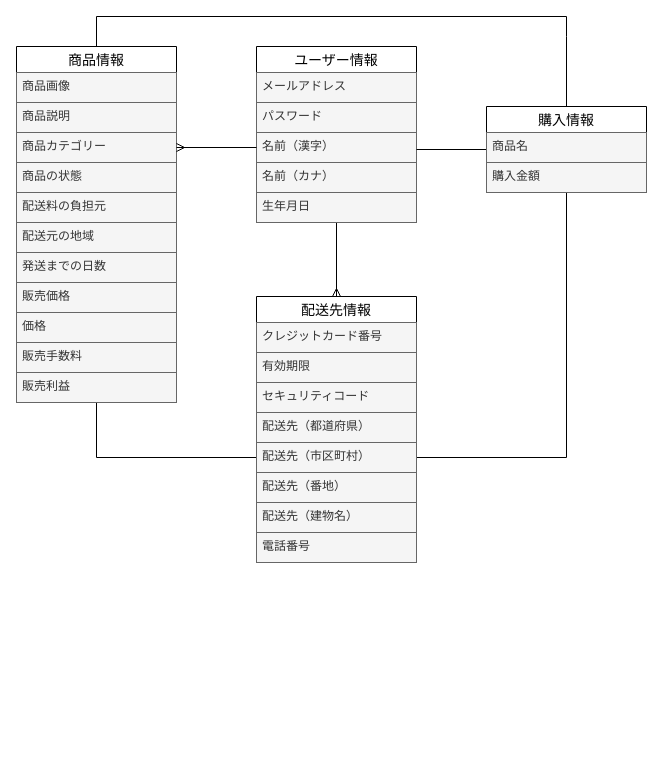
This is data.dio from umedamao925/furima40032, a draw.io file, before an edit. Source tidied: cells renumbered, new cells numbered last; positions are measured from the earlier drawing's top-left corner, leaving out a move shared by most shapes. Both pictures are drawn from the tidied source at 100%, with x=0, y=0 at pixel (16, 16).
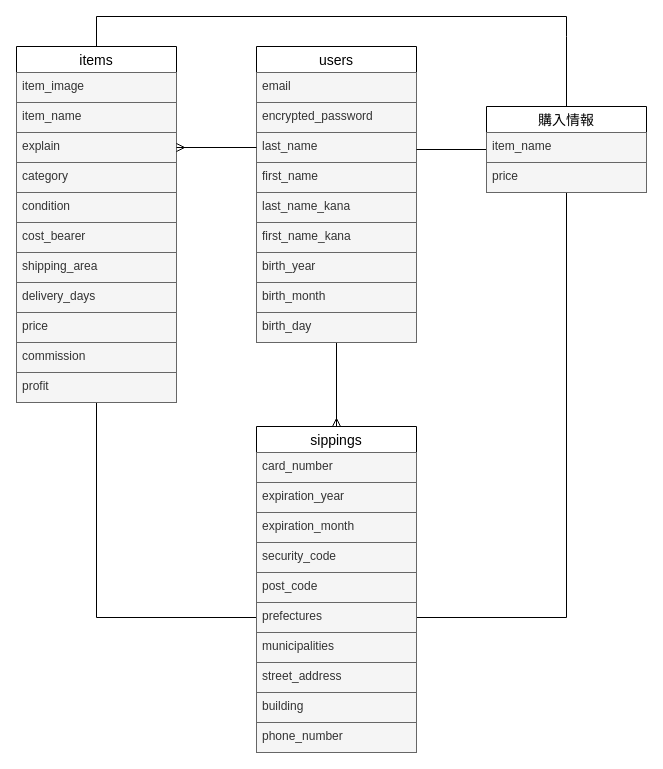
After the change.

The change refers to these unchanged cells:
```xml
<mxCell id="26" value="購入情報" style="swimlane;fontStyle=0;horizontal=1;startSize=26;align=center;fontSize=14;" parent="1" vertex="1">
  <mxGeometry x="470" y="90" width="160" height="86" as="geometry" />
</mxCell>
```

What changed in the source:
```diff
@@
-    <mxCell id="3" value="ユーザー情報" style="swimlane;fontStyle=0;horizontal=1;startSize=26;align=center;fontSize=14;" parent="1" vertex="1">
-      <mxGeometry x="240" y="30" width="160" height="176" as="geometry" />
+    <mxCell id="3" value="users" style="swimlane;fontStyle=0;horizontal=1;startSize=26;align=center;fontSize=14;" parent="1" vertex="1">
+      <mxGeometry x="240" y="30" width="160" height="296" as="geometry" />
     </mxCell>
-    <mxCell id="4" value="メールアドレス" style="text;strokeColor=#666666;fillColor=#f5f5f5;spacingLeft=4;spacingRight=4;overflow=hidden;fontSize=12;fontColor=#333333;" parent="3" vertex="1">
+    <mxCell id="4" value="email" style="text;strokeColor=#666666;fillColor=#f5f5f5;spacingLeft=4;spacingRight=4;overflow=hidden;fontSize=12;fontColor=#333333;" parent="3" vertex="1">
       <mxGeometry y="26" width="160" height="30" as="geometry" />
     </mxCell>
-    <mxCell id="5" value="パスワード" style="text;strokeColor=#666666;fillColor=#f5f5f5;spacingLeft=4;spacingRight=4;overflow=hidden;fontSize=12;fontColor=#333333;" parent="3" vertex="1">
+    <mxCell id="5" value="encrypted_password" style="text;strokeColor=#666666;fillColor=#f5f5f5;spacingLeft=4;spacingRight=4;overflow=hidden;fontSize=12;fontColor=#333333;" parent="3" vertex="1">
       <mxGeometry y="56" width="160" height="30" as="geometry" />
     </mxCell>
-    <mxCell id="6" value="名前（漢字）" style="text;strokeColor=#666666;fillColor=#f5f5f5;spacingLeft=4;spacingRight=4;overflow=hidden;points=[[0,0.5],[1,0.5]];portConstraint=eastwest;fontSize=12;fontColor=#333333;" parent="3" vertex="1">
+    <mxCell id="6" value="last_name" style="text;strokeColor=#666666;fillColor=#f5f5f5;spacingLeft=4;spacingRight=4;overflow=hidden;points=[[0,0.5],[1,0.5]];portConstraint=eastwest;fontSize=12;fontColor=#333333;" parent="3" vertex="1">
       <mxGeometry y="86" width="160" height="30" as="geometry" />
     </mxCell>
-    <mxCell id="7" value="名前（カナ）" style="text;strokeColor=#666666;fillColor=#f5f5f5;spacingLeft=4;spacingRight=4;overflow=hidden;fontSize=12;fontColor=#333333;" parent="3" vertex="1">
+    <mxCell id="7" value="first_name" style="text;strokeColor=#666666;fillColor=#f5f5f5;spacingLeft=4;spacingRight=4;overflow=hidden;fontSize=12;fontColor=#333333;" parent="3" vertex="1">
       <mxGeometry y="116" width="160" height="30" as="geometry" />
     </mxCell>
-    <mxCell id="8" value="生年月日" style="text;strokeColor=#666666;fillColor=#f5f5f5;spacingLeft=4;spacingRight=4;overflow=hidden;fontSize=12;fontColor=#333333;" parent="3" vertex="1">
+    <mxCell id="8" value="last_name_kana " style="text;strokeColor=#666666;fillColor=#f5f5f5;spacingLeft=4;spacingRight=4;overflow=hidden;fontSize=12;fontColor=#333333;" parent="3" vertex="1">
       <mxGeometry y="146" width="160" height="30" as="geometry" />
     </mxCell>
+    <mxCell id="39" value="first_name_kana" style="text;strokeColor=#666666;fillColor=#f5f5f5;spacingLeft=4;spacingRight=4;overflow=hidden;fontSize=12;fontColor=#333333;" parent="3" vertex="1">
+      <mxGeometry y="176" width="160" height="30" as="geometry" />
+    </mxCell>
+    <mxCell id="40" value="birth_year" style="text;strokeColor=#666666;fillColor=#f5f5f5;spacingLeft=4;spacingRight=4;overflow=hidden;fontSize=12;fontColor=#333333;" parent="3" vertex="1">
+      <mxGeometry y="206" width="160" height="30" as="geometry" />
+    </mxCell>
+    <mxCell id="41" value="birth_month" style="text;strokeColor=#666666;fillColor=#f5f5f5;spacingLeft=4;spacingRight=4;overflow=hidden;fontSize=12;fontColor=#333333;" parent="3" vertex="1">
+      <mxGeometry y="236" width="160" height="30" as="geometry" />
+    </mxCell>
+    <mxCell id="42" value="birth_day" style="text;strokeColor=#666666;fillColor=#f5f5f5;spacingLeft=4;spacingRight=4;overflow=hidden;fontSize=12;fontColor=#333333;" parent="3" vertex="1">
+      <mxGeometry y="266" width="160" height="30" as="geometry" />
+    </mxCell>
@@
-    <mxCell id="11" value="商品情報" style="swimlane;fontStyle=0;horizontal=1;startSize=26;align=center;fontSize=14;" parent="1" vertex="1">
+    <mxCell id="11" value="items" style="swimlane;fontStyle=0;horizontal=1;startSize=26;align=center;fontSize=14;" parent="1" vertex="1">
       <mxGeometry y="30" width="160" height="356" as="geometry" />
     </mxCell>
-    <mxCell id="12" value="商品画像" style="text;strokeColor=#666666;fillColor=#f5f5f5;spacingLeft=4;spacingRight=4;overflow=hidden;fontSize=12;fontColor=#333333;" parent="11" vertex="1">
+    <mxCell id="12" value="item_image" style="text;strokeColor=#666666;fillColor=#f5f5f5;spacingLeft=4;spacingRight=4;overflow=hidden;fontSize=12;fontColor=#333333;" parent="11" vertex="1">
       <mxGeometry y="26" width="160" height="30" as="geometry" />
     </mxCell>
-    <mxCell id="13" value="商品説明" style="text;strokeColor=#666666;fillColor=#f5f5f5;spacingLeft=4;spacingRight=4;overflow=hidden;fontSize=12;fontColor=#333333;" parent="11" vertex="1">
+    <mxCell id="13" value="item_name" style="text;strokeColor=#666666;fillColor=#f5f5f5;spacingLeft=4;spacingRight=4;overflow=hidden;fontSize=12;fontColor=#333333;" parent="11" vertex="1">
       <mxGeometry y="56" width="160" height="30" as="geometry" />
     </mxCell>
+    <mxCell id="43" value="explain" style="text;strokeColor=#666666;fillColor=#f5f5f5;spacingLeft=4;spacingRight=4;overflow=hidden;points=[[0,0.5],[1,0.5]];portConstraint=eastwest;fontSize=12;fontColor=#333333;" parent="11" vertex="1">
+      <mxGeometry y="86" width="160" height="30" as="geometry" />
+    </mxCell>
-    <mxCell id="14" value="商品カテゴリー" style="text;strokeColor=#666666;fillColor=#f5f5f5;spacingLeft=4;spacingRight=4;overflow=hidden;points=[[0,0.5],[1,0.5]];portConstraint=eastwest;fontSize=12;fontColor=#333333;" parent="11" vertex="1">
-      <mxGeometry y="86" width="160" height="30" as="geometry" />
+    <mxCell id="14" value="category" style="text;strokeColor=#666666;fillColor=#f5f5f5;spacingLeft=4;spacingRight=4;overflow=hidden;points=[[0,0.5],[1,0.5]];portConstraint=eastwest;fontSize=12;fontColor=#333333;" parent="11" vertex="1">
+      <mxGeometry y="116" width="160" height="30" as="geometry" />
     </mxCell>
-    <mxCell id="15" value="商品の状態" style="text;strokeColor=#666666;fillColor=#f5f5f5;spacingLeft=4;spacingRight=4;overflow=hidden;fontSize=12;fontColor=#333333;" parent="11" vertex="1">
-      <mxGeometry y="116" width="160" height="30" as="geometry" />
+    <mxCell id="15" value="condition" style="text;strokeColor=#666666;fillColor=#f5f5f5;spacingLeft=4;spacingRight=4;overflow=hidden;fontSize=12;fontColor=#333333;" parent="11" vertex="1">
+      <mxGeometry y="146" width="160" height="30" as="geometry" />
     </mxCell>
-    <mxCell id="16" value="配送料の負担元" style="text;strokeColor=#666666;fillColor=#f5f5f5;spacingLeft=4;spacingRight=4;overflow=hidden;fontSize=12;fontColor=#333333;" parent="11" vertex="1">
-      <mxGeometry y="146" width="160" height="30" as="geometry" />
+    <mxCell id="16" value="cost_bearer" style="text;strokeColor=#666666;fillColor=#f5f5f5;spacingLeft=4;spacingRight=4;overflow=hidden;fontSize=12;fontColor=#333333;" parent="11" vertex="1">
+      <mxGeometry y="176" width="160" height="30" as="geometry" />
     </mxCell>
-    <mxCell id="17" value="配送元の地域" style="text;strokeColor=#666666;fillColor=#f5f5f5;spacingLeft=4;spacingRight=4;overflow=hidden;fontSize=12;fontColor=#333333;" parent="11" vertex="1">
-      <mxGeometry y="176" width="160" height="30" as="geometry" />
+    <mxCell id="17" value="shipping_area" style="text;strokeColor=#666666;fillColor=#f5f5f5;spacingLeft=4;spacingRight=4;overflow=hidden;fontSize=12;fontColor=#333333;" parent="11" vertex="1">
+      <mxGeometry y="206" width="160" height="30" as="geometry" />
     </mxCell>
-    <mxCell id="18" value="発送までの日数" style="text;strokeColor=#666666;fillColor=#f5f5f5;spacingLeft=4;spacingRight=4;overflow=hidden;fontSize=12;fontColor=#333333;" parent="11" vertex="1">
-      <mxGeometry y="206" width="160" height="30" as="geometry" />
+    <mxCell id="18" value="delivery_days" style="text;strokeColor=#666666;fillColor=#f5f5f5;spacingLeft=4;spacingRight=4;overflow=hidden;fontSize=12;fontColor=#333333;" parent="11" vertex="1">
+      <mxGeometry y="236" width="160" height="30" as="geometry" />
     </mxCell>
-    <mxCell id="19" value="販売価格" style="text;strokeColor=#666666;fillColor=#f5f5f5;spacingLeft=4;spacingRight=4;overflow=hidden;fontSize=12;fontColor=#333333;" parent="11" vertex="1">
-      <mxGeometry y="236" width="160" height="30" as="geometry" />
-    </mxCell>
-    <mxCell id="20" value="価格" style="text;strokeColor=#666666;fillColor=#f5f5f5;spacingLeft=4;spacingRight=4;overflow=hidden;fontSize=12;fontColor=#333333;" parent="11" vertex="1">
+    <mxCell id="20" value="price" style="text;strokeColor=#666666;fillColor=#f5f5f5;spacingLeft=4;spacingRight=4;overflow=hidden;fontSize=12;fontColor=#333333;" parent="11" vertex="1">
       <mxGeometry y="266" width="160" height="30" as="geometry" />
     </mxCell>
-    <mxCell id="21" value="販売手数料" style="text;strokeColor=#666666;fillColor=#f5f5f5;spacingLeft=4;spacingRight=4;overflow=hidden;fontSize=12;fontColor=#333333;" parent="11" vertex="1">
+    <mxCell id="21" value="commission" style="text;strokeColor=#666666;fillColor=#f5f5f5;spacingLeft=4;spacingRight=4;overflow=hidden;fontSize=12;fontColor=#333333;" parent="11" vertex="1">
       <mxGeometry y="296" width="160" height="30" as="geometry" />
     </mxCell>
-    <mxCell id="22" value="販売利益" style="text;strokeColor=#666666;fillColor=#f5f5f5;spacingLeft=4;spacingRight=4;overflow=hidden;fontSize=12;fontColor=#333333;" parent="11" vertex="1">
+    <mxCell id="22" value="profit  " style="text;strokeColor=#666666;fillColor=#f5f5f5;spacingLeft=4;spacingRight=4;overflow=hidden;fontSize=12;fontColor=#333333;" parent="11" vertex="1">
       <mxGeometry y="326" width="160" height="30" as="geometry" />
     </mxCell>
@@
-    <mxCell id="27" value="商品名" style="text;strokeColor=#666666;fillColor=#f5f5f5;spacingLeft=4;spacingRight=4;overflow=hidden;fontSize=12;fontColor=#333333;" parent="26" vertex="1">
+    <mxCell id="27" value="item_name" style="text;strokeColor=#666666;fillColor=#f5f5f5;spacingLeft=4;spacingRight=4;overflow=hidden;fontSize=12;fontColor=#333333;" parent="26" vertex="1">
       <mxGeometry y="26" width="160" height="30" as="geometry" />
     </mxCell>
-    <mxCell id="28" value="購入金額" style="text;strokeColor=#666666;fillColor=#f5f5f5;spacingLeft=4;spacingRight=4;overflow=hidden;fontSize=12;fontColor=#333333;" parent="26" vertex="1">
+    <mxCell id="28" value="price" style="text;strokeColor=#666666;fillColor=#f5f5f5;spacingLeft=4;spacingRight=4;overflow=hidden;fontSize=12;fontColor=#333333;" parent="26" vertex="1">
       <mxGeometry y="56" width="160" height="30" as="geometry" />
     </mxCell>
-    <mxCell id="29" style="edgeStyle=none;html=1;exitX=0;exitY=0.5;exitDx=0;exitDy=0;entryX=1;entryY=0.5;entryDx=0;entryDy=0;startArrow=none;startFill=0;endArrow=ERmany;endFill=0;" parent="1" edge="1" source="6" target="14">
+    <mxCell id="29" style="edgeStyle=none;html=1;exitX=0;exitY=0.5;exitDx=0;exitDy=0;entryX=1;entryY=0.5;entryDx=0;entryDy=0;startArrow=none;startFill=0;endArrow=ERmany;endFill=0;" parent="1" edge="1" source="6" target="43">
       <mxGeometry relative="1" as="geometry" />
     </mxCell>
-    <mxCell id="30" value="配送先情報" style="swimlane;fontStyle=0;horizontal=1;startSize=26;align=center;fontSize=14;" parent="1" vertex="1">
-      <mxGeometry x="240" y="280" width="160" height="266" as="geometry" />
+    <mxCell id="30" value="sippings" style="swimlane;fontStyle=0;horizontal=1;startSize=26;align=center;fontSize=14;" parent="1" vertex="1">
+      <mxGeometry x="240" y="410" width="160" height="326" as="geometry" />
     </mxCell>
-    <mxCell id="31" value="クレジットカード番号" style="text;strokeColor=#666666;fillColor=#f5f5f5;spacingLeft=4;spacingRight=4;overflow=hidden;fontSize=12;fontColor=#333333;" parent="30" vertex="1">
+    <mxCell id="31" value="card_number" style="text;strokeColor=#666666;fillColor=#f5f5f5;spacingLeft=4;spacingRight=4;overflow=hidden;fontSize=12;fontColor=#333333;" parent="30" vertex="1">
       <mxGeometry y="26" width="160" height="30" as="geometry" />
     </mxCell>
+    <mxCell id="44" value="expiration_year" style="text;strokeColor=#666666;fillColor=#f5f5f5;spacingLeft=4;spacingRight=4;overflow=hidden;fontSize=12;fontColor=#333333;" parent="30" vertex="1">
+      <mxGeometry y="56" width="160" height="30" as="geometry" />
+    </mxCell>
-    <mxCell id="32" value="有効期限" style="text;strokeColor=#666666;fillColor=#f5f5f5;spacingLeft=4;spacingRight=4;overflow=hidden;fontSize=12;fontColor=#333333;" parent="30" vertex="1">
-      <mxGeometry y="56" width="160" height="30" as="geometry" />
+    <mxCell id="32" value="expiration_month" style="text;strokeColor=#666666;fillColor=#f5f5f5;spacingLeft=4;spacingRight=4;overflow=hidden;fontSize=12;fontColor=#333333;" parent="30" vertex="1">
+      <mxGeometry y="86" width="160" height="30" as="geometry" />
     </mxCell>
-    <mxCell id="33" value="セキュリティコード" style="text;strokeColor=#666666;fillColor=#f5f5f5;spacingLeft=4;spacingRight=4;overflow=hidden;fontSize=12;fontColor=#333333;" parent="30" vertex="1">
-      <mxGeometry y="86" width="160" height="30" as="geometry" />
+    <mxCell id="33" value="security_code" style="text;strokeColor=#666666;fillColor=#f5f5f5;spacingLeft=4;spacingRight=4;overflow=hidden;fontSize=12;fontColor=#333333;" parent="30" vertex="1">
+      <mxGeometry y="116" width="160" height="30" as="geometry" />
     </mxCell>
-    <mxCell id="34" value="配送先（都道府県）" style="text;strokeColor=#666666;fillColor=#f5f5f5;spacingLeft=4;spacingRight=4;overflow=hidden;fontSize=12;fontColor=#333333;" parent="30" vertex="1">
-      <mxGeometry y="116" width="160" height="30" as="geometry" />
+    <mxCell id="34" value="post_code" style="text;strokeColor=#666666;fillColor=#f5f5f5;spacingLeft=4;spacingRight=4;overflow=hidden;fontSize=12;fontColor=#333333;" parent="30" vertex="1">
+      <mxGeometry y="146" width="160" height="30" as="geometry" />
     </mxCell>
-    <mxCell id="35" value="配送先（市区町村）" style="text;strokeColor=#666666;fillColor=#f5f5f5;spacingLeft=4;spacingRight=4;overflow=hidden;points=[[0,0.5],[1,0.5]];portConstraint=eastwest;fontSize=12;fontColor=#333333;" parent="30" vertex="1">
-      <mxGeometry y="146" width="160" height="30" as="geometry" />
+    <mxCell id="35" value="prefectures" style="text;strokeColor=#666666;fillColor=#f5f5f5;spacingLeft=4;spacingRight=4;overflow=hidden;points=[[0,0.5],[1,0.5]];portConstraint=eastwest;fontSize=12;fontColor=#333333;" parent="30" vertex="1">
+      <mxGeometry y="176" width="160" height="30" as="geometry" />
     </mxCell>
-    <mxCell id="36" value="配送先（番地）" style="text;strokeColor=#666666;fillColor=#f5f5f5;spacingLeft=4;spacingRight=4;overflow=hidden;fontSize=12;fontColor=#333333;" parent="30" vertex="1">
-      <mxGeometry y="176" width="160" height="30" as="geometry" />
+    <mxCell id="36" value="municipalities" style="text;strokeColor=#666666;fillColor=#f5f5f5;spacingLeft=4;spacingRight=4;overflow=hidden;fontSize=12;fontColor=#333333;" parent="30" vertex="1">
+      <mxGeometry y="206" width="160" height="30" as="geometry" />
     </mxCell>
-    <mxCell id="37" value="配送先（建物名）" style="text;strokeColor=#666666;fillColor=#f5f5f5;spacingLeft=4;spacingRight=4;overflow=hidden;fontSize=12;fontColor=#333333;" parent="30" vertex="1">
-      <mxGeometry y="206" width="160" height="30" as="geometry" />
+    <mxCell id="37" value="street_address" style="text;strokeColor=#666666;fillColor=#f5f5f5;spacingLeft=4;spacingRight=4;overflow=hidden;fontSize=12;fontColor=#333333;" parent="30" vertex="1">
+      <mxGeometry y="236" width="160" height="30" as="geometry" />
     </mxCell>
-    <mxCell id="38" value="電話番号" style="text;strokeColor=#666666;fillColor=#f5f5f5;spacingLeft=4;spacingRight=4;overflow=hidden;fontSize=12;fontColor=#333333;" parent="30" vertex="1">
-      <mxGeometry y="236" width="160" height="30" as="geometry" />
+    <mxCell id="38" value="building" style="text;strokeColor=#666666;fillColor=#f5f5f5;spacingLeft=4;spacingRight=4;overflow=hidden;fontSize=12;fontColor=#333333;" parent="30" vertex="1">
+      <mxGeometry y="266" width="160" height="30" as="geometry" />
     </mxCell>
+    <mxCell id="45" value="phone_number" style="text;strokeColor=#666666;fillColor=#f5f5f5;spacingLeft=4;spacingRight=4;overflow=hidden;fontSize=12;fontColor=#333333;" parent="30" vertex="1">
+      <mxGeometry y="296" width="160" height="30" as="geometry" />
+    </mxCell>
```
